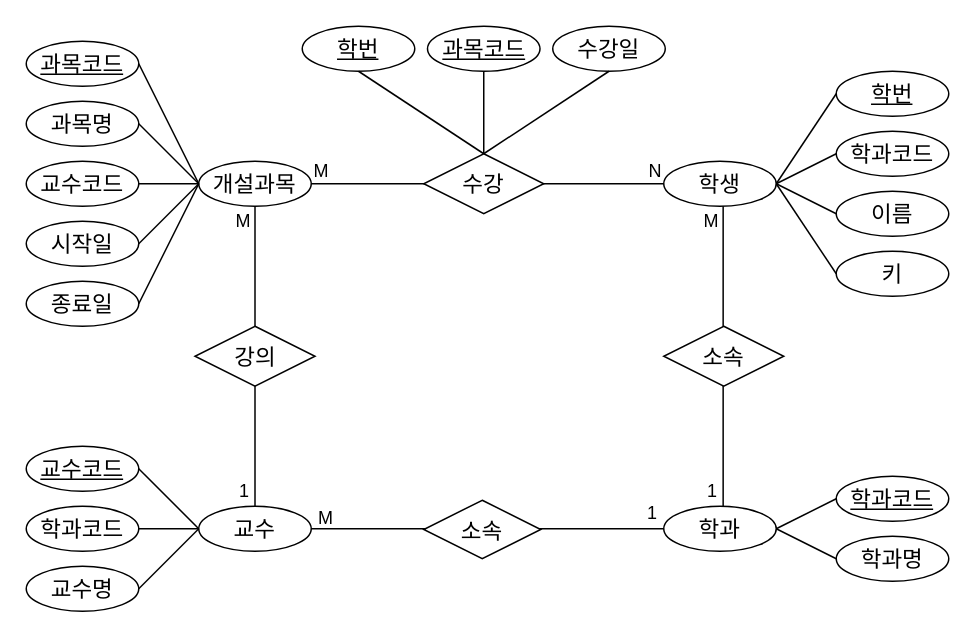
jinisook/database keeps this draw.io diagram as page "학사관리erd" (1 of 2) of erd/haksa.drawio. Above is the earlier version. Source tidied: cells renumbered, new cells numbered last; positions are measured from the earlier drawing's top-left corner, leaving out a move shared by most shapes. Both pictures are drawn from the tidied source at 150%, with x=0, y=0 at pixel (26, 26).
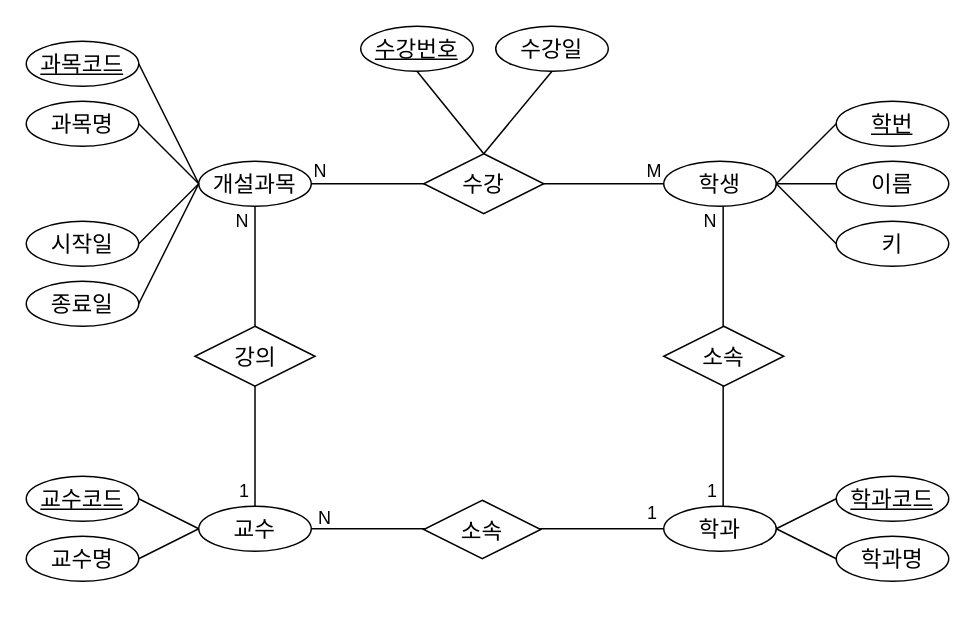
Above is the later version.

The change refers to these unchanged cells:
```xml
<mxCell id="2" value="학생" style="ellipse;whiteSpace=wrap;html=1;align=center;fontSize=15;" parent="1" vertex="1">
  <mxGeometry x="425" y="90" width="75" height="30" as="geometry" />
</mxCell>
<mxCell id="10" value="교수" style="ellipse;whiteSpace=wrap;html=1;align=center;fontSize=15;" parent="1" vertex="1">
  <mxGeometry x="115" y="320" width="75" height="30" as="geometry" />
</mxCell>
<mxCell id="14" value="개설과목" style="ellipse;whiteSpace=wrap;html=1;align=center;fontSize=15;" parent="1" vertex="1">
  <mxGeometry x="115" y="90" width="75" height="30" as="geometry" />
</mxCell>
<mxCell id="34" style="endArrow=none;html=1;rounded=0;exitX=1;exitY=0.5;exitDx=0;exitDy=0;entryX=0;entryY=0.5;entryDx=0;entryDy=0;" parent="1" edge="1" source="14" target="2">
  <mxGeometry relative="1" as="geometry" />
</mxCell>
<mxCell id="37" value="수강" style="shape=rhombus;perimeter=rhombusPerimeter;whiteSpace=wrap;html=1;align=center;fontSize=15;" parent="1" vertex="1">
  <mxGeometry x="265" y="85" width="80" height="40" as="geometry" />
</mxCell>
<mxCell id="38" style="endArrow=none;html=1;rounded=0;exitX=0.5;exitY=1;exitDx=0;exitDy=0;entryX=0.5;entryY=0;entryDx=0;entryDy=0;" parent="1" edge="1" source="14" target="10">
  <mxGeometry relative="1" as="geometry" />
</mxCell>
<mxCell id="41" style="endArrow=none;html=1;rounded=0;exitX=0.5;exitY=1;exitDx=0;exitDy=0;entryX=0.5;entryY=0;entryDx=0;entryDy=0;" parent="1" edge="1">
  <mxGeometry relative="1" as="geometry">
    <mxPoint x="464.6" y="120" as="sourcePoint" />
    <mxPoint x="464.6" y="320" as="targetPoint" />
  </mxGeometry>
</mxCell>
<mxCell id="46" style="endArrow=none;html=1;rounded=0;exitX=1;exitY=0.5;exitDx=0;exitDy=0;entryX=0;entryY=0.5;entryDx=0;entryDy=0;" parent="1" edge="1" source="10" target="3">
  <mxGeometry relative="1" as="geometry" />
</mxCell>
```

Diff of the diagram source:
```diff
@@
-    <mxCell id="4" value="학과코드" style="ellipse;whiteSpace=wrap;html=1;align=center;fontSize=15;" parent="1" vertex="1">
-      <mxGeometry x="540" y="70" width="75" height="30" as="geometry" />
-    </mxCell>
     <mxCell id="5" value="이름" style="ellipse;whiteSpace=wrap;html=1;align=center;fontSize=15;" parent="1" vertex="1">
-      <mxGeometry x="540" y="110" width="75" height="30" as="geometry" />
+      <mxGeometry x="540" y="90" width="75" height="30" as="geometry" />
     </mxCell>
     <mxCell id="6" value="키" style="ellipse;whiteSpace=wrap;html=1;align=center;fontSize=15;" parent="1" vertex="1">
-      <mxGeometry x="540" y="150" width="75" height="30" as="geometry" />
+      <mxGeometry x="540" y="130" width="75" height="30" as="geometry" />
     </mxCell>
     <mxCell id="7" value="학번" style="ellipse;whiteSpace=wrap;html=1;align=center;fontStyle=4;fontSize=15;" parent="1" vertex="1">
-      <mxGeometry x="540" y="30" width="75" height="30" as="geometry" />
+      <mxGeometry x="540" y="50" width="75" height="30" as="geometry" />
     </mxCell>
@@
-    <mxCell id="11" value="학과코드" style="ellipse;whiteSpace=wrap;html=1;align=center;fontSize=15;" parent="1" vertex="1">
-      <mxGeometry y="320" width="75" height="30" as="geometry" />
-    </mxCell>
     <mxCell id="12" value="교수명" style="ellipse;whiteSpace=wrap;html=1;align=center;fontSize=15;" parent="1" vertex="1">
-      <mxGeometry y="360" width="75" height="30" as="geometry" />
+      <mxGeometry y="340" width="75" height="30" as="geometry" />
     </mxCell>
     <mxCell id="13" value="교수코드" style="ellipse;whiteSpace=wrap;html=1;align=center;fontStyle=4;fontSize=15;" parent="1" vertex="1">
-      <mxGeometry y="280" width="75" height="30" as="geometry" />
+      <mxGeometry y="300" width="75" height="30" as="geometry" />
     </mxCell>
@@
-    <mxCell id="16" value="교수코드" style="ellipse;whiteSpace=wrap;html=1;align=center;fontSize=15;" parent="1" vertex="1">
-      <mxGeometry y="90" width="75" height="30" as="geometry" />
-    </mxCell>
@@
-    <mxCell id="22" style="endArrow=none;html=1;rounded=0;exitX=0;exitY=0.5;exitDx=0;exitDy=0;" parent="1" edge="1" source="14">
-      <mxGeometry relative="1" as="geometry">
-        <mxPoint x="75" y="105" as="targetPoint" />
-      </mxGeometry>
-    </mxCell>
@@
-    <mxCell id="26" style="endArrow=none;html=1;rounded=0;exitX=0;exitY=0.5;exitDx=0;exitDy=0;entryX=1;entryY=0.5;entryDx=0;entryDy=0;" parent="1" edge="1" source="10" target="11">
-      <mxGeometry relative="1" as="geometry" />
-    </mxCell>
@@
-    <mxCell id="29" style="endArrow=none;html=1;rounded=0;exitX=1;exitY=0.5;exitDx=0;exitDy=0;entryX=0;entryY=0.5;entryDx=0;entryDy=0;" parent="1" edge="1" source="2" target="4">
-      <mxGeometry relative="1" as="geometry" />
-    </mxCell>
@@
-    <mxCell id="35" value="M" style="html=1;whiteSpace=wrap;align=left;verticalAlign=bottom;" parent="34" vertex="1">
+    <mxCell id="35" value="N" style="html=1;whiteSpace=wrap;align=left;verticalAlign=bottom;" parent="34" vertex="1">
       <mxGeometry x="-1" relative="1" as="geometry" />
     </mxCell>
-    <mxCell id="36" value="N" style="html=1;whiteSpace=wrap;align=right;verticalAlign=bottom;" parent="34" vertex="1">
+    <mxCell id="36" value="M" style="html=1;whiteSpace=wrap;align=right;verticalAlign=bottom;" parent="34" vertex="1">
       <mxGeometry x="1" relative="1" as="geometry" />
     </mxCell>
@@
-    <mxCell id="39" value="M" style="html=1;whiteSpace=wrap;align=left;verticalAlign=bottom;" parent="38" vertex="1">
+    <mxCell id="39" value="N" style="html=1;whiteSpace=wrap;align=left;verticalAlign=bottom;" parent="38" vertex="1">
       <mxGeometry x="-1" relative="1" as="geometry">
         <mxPoint x="-15" y="18" as="offset" />
       </mxGeometry>
     </mxCell>
@@
-    <mxCell id="42" value="M" style="html=1;whiteSpace=wrap;align=left;verticalAlign=bottom;" parent="41" vertex="1">
+    <mxCell id="42" value="N" style="html=1;whiteSpace=wrap;align=left;verticalAlign=bottom;" parent="41" vertex="1">
       <mxGeometry x="-1" relative="1" as="geometry">
         <mxPoint x="-15" y="18" as="offset" />
       </mxGeometry>
     </mxCell>
@@
-    <mxCell id="47" value="M" style="html=1;whiteSpace=wrap;align=left;verticalAlign=bottom;" parent="46" vertex="1">
+    <mxCell id="47" value="N" style="html=1;whiteSpace=wrap;align=left;verticalAlign=bottom;" parent="46" vertex="1">
       <mxGeometry x="-1" relative="1" as="geometry">
         <mxPoint x="3" y="1" as="offset" />
       </mxGeometry>
     </mxCell>
@@
-    <mxCell id="50" value="학번" style="ellipse;whiteSpace=wrap;html=1;align=center;fontStyle=4;fontSize=15;" parent="1" vertex="1">
-      <mxGeometry x="184" width="75" height="30" as="geometry" />
+    <mxCell id="50" value="수강번호" style="ellipse;whiteSpace=wrap;html=1;align=center;fontStyle=4;fontSize=15;" parent="1" vertex="1">
+      <mxGeometry x="223" width="75" height="30" as="geometry" />
     </mxCell>
-    <mxCell id="51" value="과목코드" style="ellipse;whiteSpace=wrap;html=1;align=center;fontStyle=4;fontSize=15;" parent="1" vertex="1">
-      <mxGeometry x="267.5" width="75" height="30" as="geometry" />
-    </mxCell>
     <mxCell id="52" value="수강일" style="ellipse;whiteSpace=wrap;html=1;align=center;fontSize=15;" parent="1" vertex="1">
-      <mxGeometry x="351" width="75" height="30" as="geometry" />
+      <mxGeometry x="313" width="75" height="30" as="geometry" />
     </mxCell>
-    <mxCell id="53" style="endArrow=none;html=1;rounded=0;exitX=0.5;exitY=1;exitDx=0;exitDy=0;entryX=0.5;entryY=0;entryDx=0;entryDy=0;" parent="1" edge="1" source="51" target="37">
-      <mxGeometry relative="1" as="geometry" />
-    </mxCell>
```
